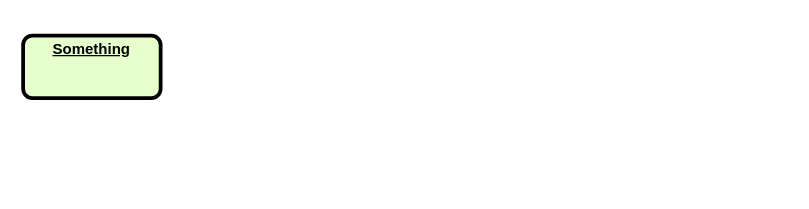
Earlier version of the draw.io diagram Logic/MMM Game Logic.drawio (CPULL/Mighty-Maniac-Mansion). Source tidied: cells renumbered, new cells numbered last; positions are measured from the earlier drawing's top-left corner, leaving out a move shared by most shapes. Both pictures are drawn from the tidied source at 125%, with x=0, y=0 at pixel (22, 35).
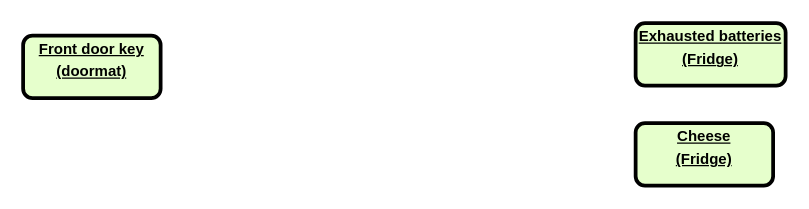
The same diagram, later.

Change to the diagram source:
```diff
@@
 <mxGraphModel background="#ffffff">
   <root>
     <mxCell id="0" />
     <mxCell id="1" parent="0" />
-    <mxCell id="2" value="&lt;p style=&quot;margin: 0px ; margin-top: 4px ; text-align: center ; text-decoration: underline&quot;&gt;Something&lt;/p&gt;" style="verticalAlign=middle;align=center;overflow=fill;fontSize=12;fontFamily=Helvetica;html=1;rounded=1;fontStyle=1;strokeWidth=3;fillColor=#E6FFCC;" parent="1" vertex="1">
+    <mxCell id="2" value="&lt;p style=&quot;margin: 0px ; margin-top: 4px ; text-align: center ; text-decoration: underline&quot;&gt;Front door key&lt;/p&gt;&lt;p style=&quot;margin: 0px ; margin-top: 4px ; text-align: center ; text-decoration: underline&quot;&gt;(doormat)&lt;/p&gt;" style="verticalAlign=middle;align=center;overflow=fill;fontSize=12;fontFamily=Helvetica;html=1;rounded=1;fontStyle=1;strokeWidth=3;fillColor=#E6FFCC;" parent="1" vertex="1">
       <mxGeometry width="110" height="50" as="geometry" />
     </mxCell>
+    <mxCell id="3" value="&lt;p style=&quot;margin: 0px ; margin-top: 4px ; text-align: center ; text-decoration: underline&quot;&gt;Cheese&lt;/p&gt;&lt;p style=&quot;margin: 0px ; margin-top: 4px ; text-align: center ; text-decoration: underline&quot;&gt;(Fridge)&lt;br&gt;&lt;/p&gt;" style="verticalAlign=middle;align=center;overflow=fill;fontSize=12;fontFamily=Helvetica;html=1;rounded=1;fontStyle=1;strokeWidth=3;fillColor=#E6FFCC;" parent="1" vertex="1">
+      <mxGeometry x="490" y="70" width="110" height="50" as="geometry" />
+    </mxCell>
+    <mxCell id="4" value="&lt;p style=&quot;margin: 0px ; margin-top: 4px ; text-align: center ; text-decoration: underline&quot;&gt;Exhausted batteries&lt;/p&gt;&lt;p style=&quot;margin: 0px ; margin-top: 4px ; text-align: center ; text-decoration: underline&quot;&gt;(Fridge)&lt;br&gt;&lt;/p&gt;" style="verticalAlign=middle;align=center;overflow=fill;fontSize=12;fontFamily=Helvetica;html=1;rounded=1;fontStyle=1;strokeWidth=3;fillColor=#E6FFCC;" parent="1" vertex="1">
+      <mxGeometry x="490" y="-10" width="120" height="50" as="geometry" />
+    </mxCell>
   </root>
 </mxGraphModel>
```
